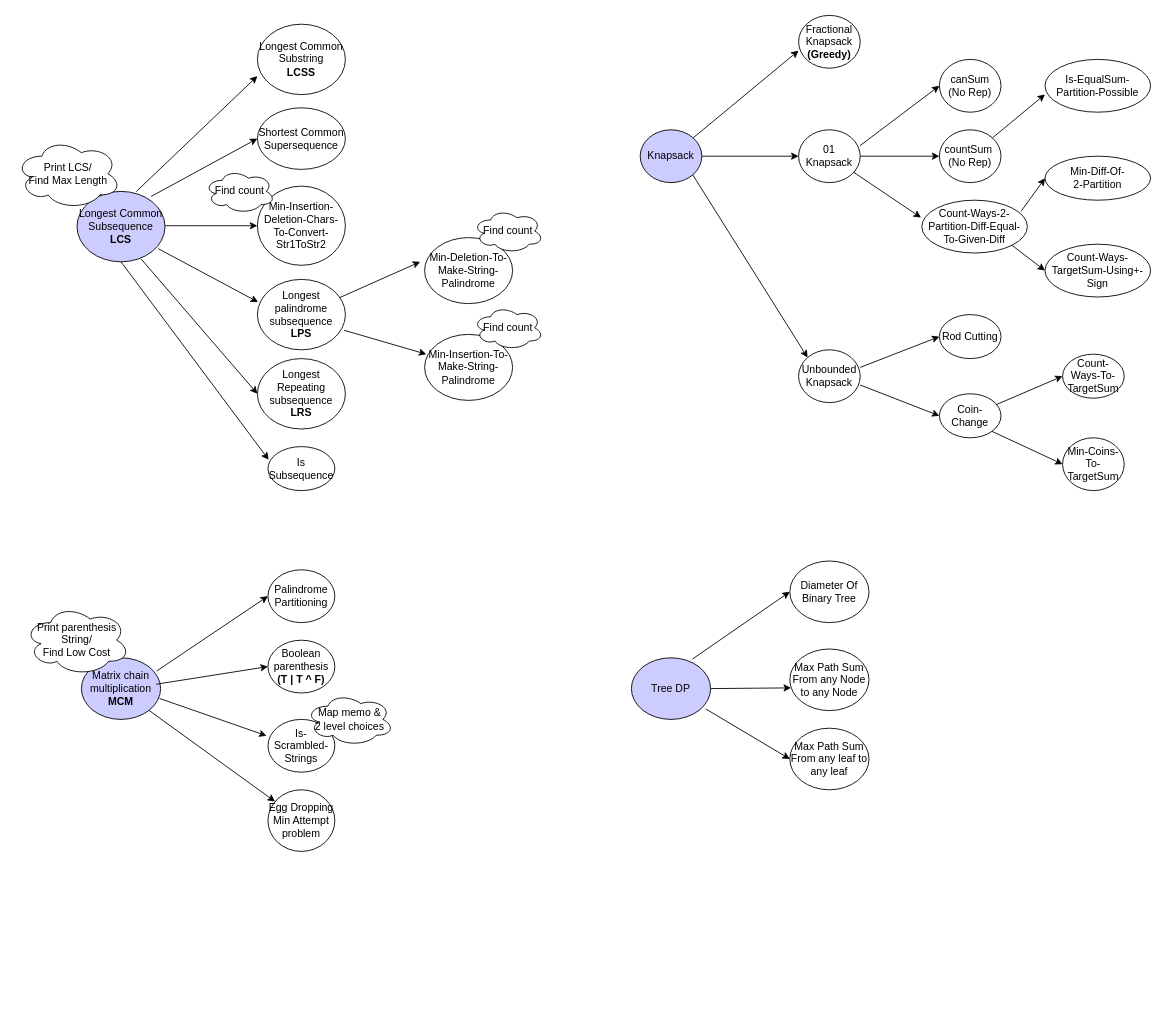
This is resources/dp/DPProblems.drawio from pintub/dataStructure-algo, a draw.io file, before an edit. Source tidied: cells renumbered, new cells numbered last; positions are measured from the earlier drawing's top-left corner, leaving out a move shared by most shapes. Both pictures are drawn from the tidied source at 88%, with x=0, y=0 at pixel (15, 15).
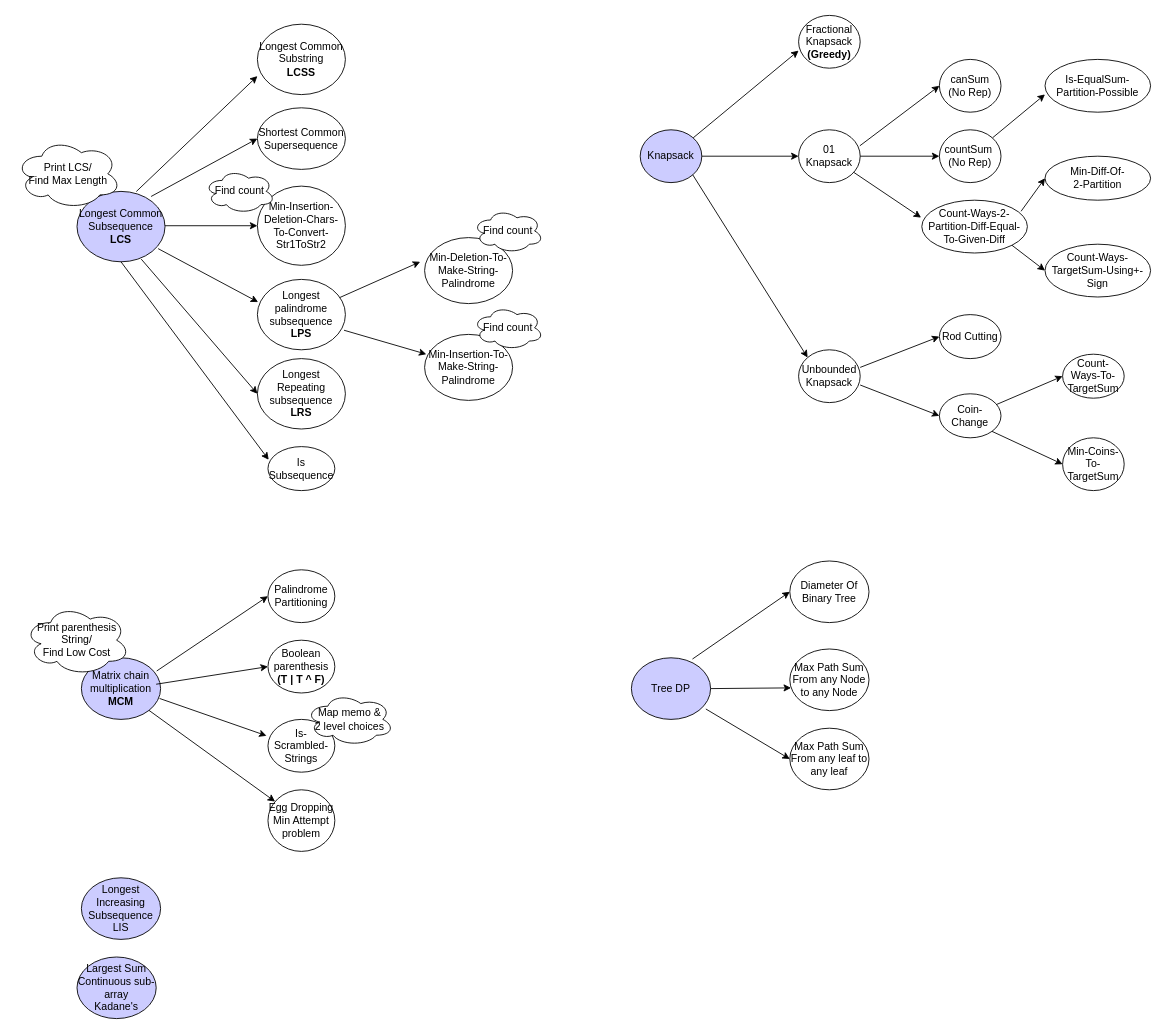
Above is the later version.

Commit message (it also covers changes not shown here):
Adde Kadane's + LIS

Diff of the diagram source:
```diff
@@
+    <mxCell id="68" value="Longest Increasing Subsequence&lt;br&gt;LIS" style="ellipse;whiteSpace=wrap;html=1;fillColor=#CCCCFF;" parent="1" vertex="1">
+      <mxGeometry x="75" y="980" width="90" height="70" as="geometry" />
+    </mxCell>
+    <mxCell id="69" value="Largest Sum Continuous sub-array&lt;br&gt;Kadane's" style="ellipse;whiteSpace=wrap;html=1;fillColor=#CCCCFF;" parent="1" vertex="1">
+      <mxGeometry x="70" y="1070" width="90" height="70" as="geometry" />
+    </mxCell>
```
